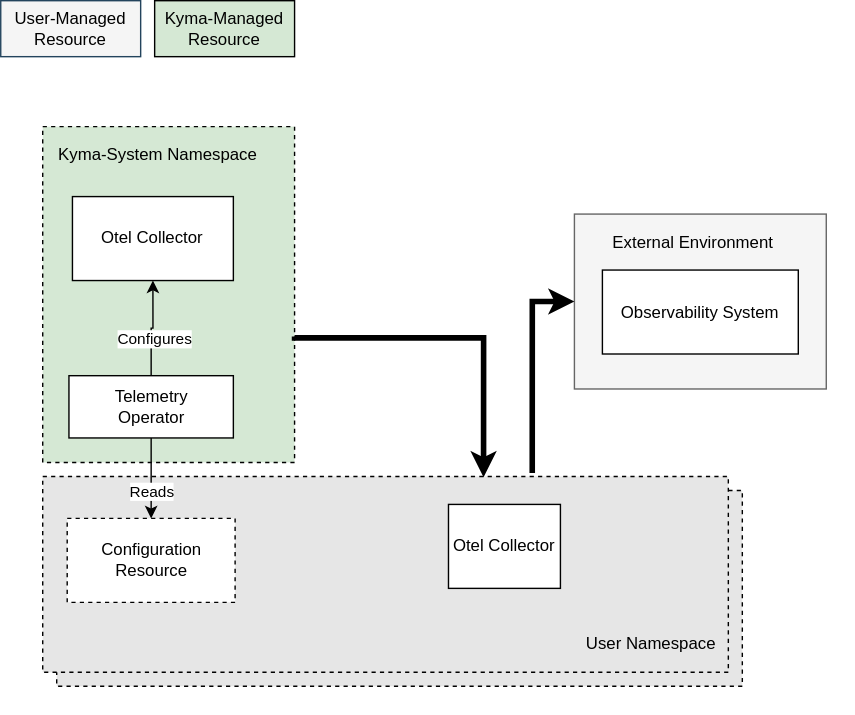
Above: concepts/observability-strategy/assets/integration-indirect.drawio.svg in kyma-project/community (draw.io), before the change. Source tidied: cells renumbered, new cells last; positions are measured from the earlier drawing's top-left corner, leaving out a move shared by most shapes.
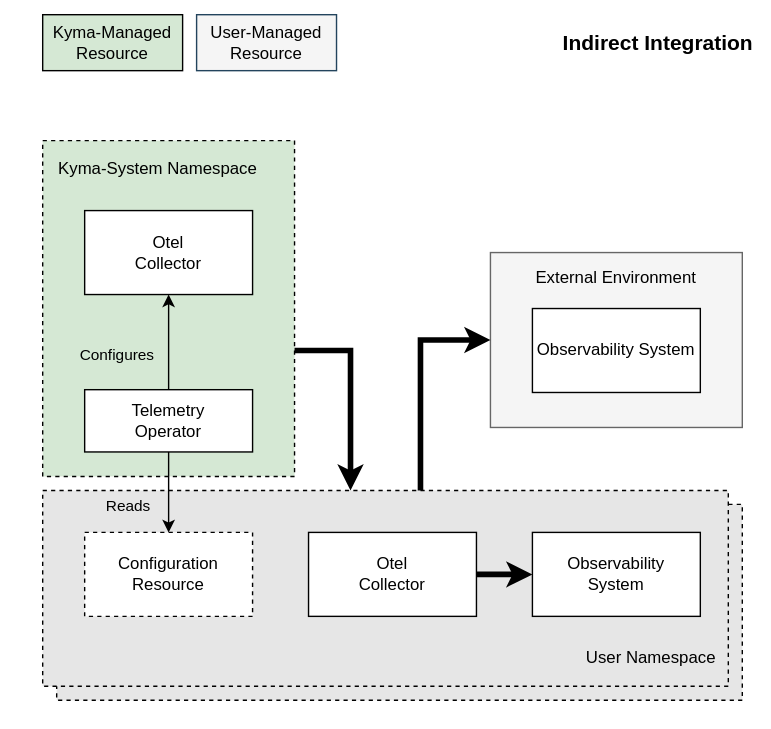
After the change.

The edit, as a diff of the source:
```diff
@@ -2,78 +2,100 @@
   <root>
     <mxCell id="0" />
     <mxCell id="1" parent="0" />
-    <mxCell id="2" style="rounded=0;whiteSpace=wrap;html=1;fillColor=#FFFFFF;strokeColor=none;" parent="1" vertex="1">
-      <mxGeometry y="60" width="610" height="450" as="geometry" />
-    </mxCell>
-    <mxCell id="3" style="rounded=0;whiteSpace=wrap;html=1;dashed=1;fillColor=#E6E6E6;strokeColor=#000000;" parent="1" vertex="1">
-      <mxGeometry x="40" y="350" width="490" height="140" as="geometry" />
-    </mxCell>
-    <mxCell id="4" style="rounded=0;whiteSpace=wrap;html=1;dashed=1;fillColor=#D5E8D4;strokeColor=#000000;" parent="1" vertex="1">
-      <mxGeometry x="30" y="90" width="180" height="240" as="geometry" />
-    </mxCell>
-    <mxCell id="5" style="rounded=0;whiteSpace=wrap;html=1;dashed=1;fillColor=#E6E6E6;strokeColor=#000000;" parent="1" vertex="1">
-      <mxGeometry x="30" y="340" width="490" height="140" as="geometry" />
-    </mxCell>
+    <mxCell id="23" style="rounded=0;whiteSpace=wrap;html=1;fillColor=#FFFFFF;strokeColor=none;" parent="1" vertex="1">
+      <mxGeometry x="-50" y="-80" width="550" height="520" as="geometry" />
+    </mxCell>
+    <mxCell id="24" style="rounded=0;whiteSpace=wrap;html=1;dashed=1;fillColor=#E6E6E6;strokeColor=#000000;" parent="1" vertex="1">
+      <mxGeometry x="-10" y="280" width="490" height="140" as="geometry" />
+    </mxCell>
+    <mxCell id="25" style="rounded=0;whiteSpace=wrap;html=1;dashed=1;fillColor=#D5E8D4;strokeColor=#000000;" parent="1" vertex="1">
+      <mxGeometry x="-20" y="20" width="180" height="240" as="geometry" />
+    </mxCell>
+    <mxCell id="26" style="rounded=0;whiteSpace=wrap;html=1;dashed=1;fillColor=#E6E6E6;strokeColor=#000000;" parent="1" vertex="1">
+      <mxGeometry x="-20" y="270" width="490" height="140" as="geometry" />
+    </mxCell>
     <mxCell id="6" value="Kyma-System Namespace" style="text;html=1;strokeColor=none;fillColor=none;align=center;verticalAlign=middle;whiteSpace=wrap;rounded=0;fontColor=#000000;" parent="1" vertex="1">
-      <mxGeometry x="30" y="100" width="165" height="20" as="geometry" />
+      <mxGeometry x="-20" y="30" width="165" height="20" as="geometry" />
     </mxCell>
     <mxCell id="7" value="User Namespace" style="text;html=1;strokeColor=none;fillColor=none;align=center;verticalAlign=middle;whiteSpace=wrap;rounded=0;fontColor=#000000;" parent="1" vertex="1">
-      <mxGeometry x="410" y="450" width="110" height="20" as="geometry" />
+      <mxGeometry x="360" y="380" width="110" height="20" as="geometry" />
     </mxCell>
     <mxCell id="8" value="User-Managed Resource" style="rounded=0;whiteSpace=wrap;html=1;fillColor=#F5F5F5;strokeColor=#23445d;" parent="1" vertex="1">
-      <mxGeometry width="100" height="40" as="geometry" />
+      <mxGeometry x="90" y="-70" width="100" height="40" as="geometry" />
     </mxCell>
     <mxCell id="9" value="Kyma-Managed Resource" style="rounded=0;whiteSpace=wrap;html=1;fillColor=#d5e8d4;strokeColor=#000000;fontColor=#000000;" parent="1" vertex="1">
-      <mxGeometry x="110" width="100" height="40" as="geometry" />
+      <mxGeometry x="-20" y="-70" width="100" height="40" as="geometry" />
     </mxCell>
-    <mxCell id="10" value="Otel Collector" style="rounded=0;whiteSpace=wrap;html=1;" parent="1" vertex="1">
-      <mxGeometry x="51.2" y="140" width="115" height="60" as="geometry" />
-    </mxCell>
-    <mxCell id="11" value="Otel Collector" style="rounded=0;whiteSpace=wrap;html=1;" parent="1" vertex="1">
-      <mxGeometry x="320" y="360" width="80" height="60" as="geometry" />
-    </mxCell>
-    <mxCell id="12" style="edgeStyle=orthogonalEdgeStyle;rounded=0;jettySize=auto;html=1;exitX=0.5;exitY=0;exitDx=0;exitDy=0;entryX=0.5;entryY=1;entryDx=0;entryDy=0;" parent="1" edge="1" source="16" target="10">
-      <mxGeometry relative="1" as="geometry" />
-    </mxCell>
+    <mxCell id="27" value="Otel &lt;br&gt;Collector" style="rounded=0;whiteSpace=wrap;html=1;" parent="1" vertex="1">
+      <mxGeometry x="10" y="70" width="120" height="60" as="geometry" />
+    </mxCell>
+    <mxCell id="28" value="Otel&lt;br&gt;Collector" style="rounded=0;whiteSpace=wrap;html=1;" parent="1" vertex="1">
+      <mxGeometry x="170" y="300" width="120" height="60" as="geometry" />
+    </mxCell>
+    <mxCell id="29" style="edgeStyle=orthogonalEdgeStyle;rounded=0;jettySize=auto;html=1;exitX=0.5;exitY=0;exitDx=0;exitDy=0;entryX=0.5;entryY=1;entryDx=0;entryDy=0;" parent="1" edge="1" source="16" target="27">
+      <mxGeometry relative="1" as="geometry" />
+    </mxCell>
-    <mxCell id="13" value="Configures" style="edgeLabel;html=1;align=center;verticalAlign=middle;" parent="12" vertex="1">
+    <mxCell id="13" value="Configures" style="edgeLabel;html=1;align=center;verticalAlign=middle;labelBackgroundColor=none;" parent="29" vertex="1">
       <mxGeometry x="-0.21" y="-1" relative="1" as="geometry">
-        <mxPoint x="1" y="1" as="offset" />
+        <mxPoint x="-39" y="1" as="offset" />
       </mxGeometry>
     </mxCell>
     <mxCell id="14" style="edgeStyle=orthogonalEdgeStyle;rounded=0;jettySize=auto;html=1;exitX=0.5;exitY=1;exitDx=0;exitDy=0;entryX=0.5;entryY=0;entryDx=0;entryDy=0;" parent="1" edge="1" source="16" target="21">
       <mxGeometry relative="1" as="geometry" />
     </mxCell>
-    <mxCell id="15" value="Reads" style="edgeLabel;html=1;align=center;verticalAlign=middle;" parent="14" vertex="1">
+    <mxCell id="15" value="Reads" style="edgeLabel;html=1;align=center;verticalAlign=middle;labelBackgroundColor=none;" parent="14" vertex="1">
       <mxGeometry x="0.1" y="-1" relative="1" as="geometry">
-        <mxPoint x="1" y="6" as="offset" />
+        <mxPoint x="-29" y="6" as="offset" />
       </mxGeometry>
     </mxCell>
     <mxCell id="16" value="Telemetry&lt;br&gt;Operator" style="rounded=0;whiteSpace=wrap;html=1;fontColor=#000000;fillColor=#FFFFFF;" parent="1" vertex="1">
-      <mxGeometry x="48.8" y="268" width="117.5" height="44.5" as="geometry" />
+      <mxGeometry x="10" y="198" width="120" height="44.5" as="geometry" />
     </mxCell>
-    <mxCell id="17" style="rounded=0;whiteSpace=wrap;html=1;fillColor=#f5f5f5;strokeColor=#666666;fontColor=#333333;" parent="1" vertex="1">
-      <mxGeometry x="410" y="152.5" width="180" height="125" as="geometry" />
-    </mxCell>
+    <mxCell id="30" style="rounded=0;whiteSpace=wrap;html=1;fillColor=#f5f5f5;strokeColor=#666666;fontColor=#333333;" parent="1" vertex="1">
+      <mxGeometry x="300" y="100" width="180" height="125" as="geometry" />
+    </mxCell>
     <mxCell id="18" value="External Environment" style="text;html=1;strokeColor=none;fillColor=none;align=center;verticalAlign=middle;whiteSpace=wrap;rounded=0;fontColor=#000000;" parent="1" vertex="1">
-      <mxGeometry x="430" y="162.5" width="130" height="20" as="geometry" />
+      <mxGeometry x="325" y="107.5" width="130" height="20" as="geometry" />
     </mxCell>
     <mxCell id="19" value="Observability System" style="rounded=0;whiteSpace=wrap;html=1;fontColor=#000000;fillColor=#FFFFFF;strokeColor=#000000;" parent="1" vertex="1">
-      <mxGeometry x="430" y="192.5" width="140" height="60" as="geometry" />
+      <mxGeometry x="330" y="140" width="120" height="60" as="geometry" />
     </mxCell>
-    <mxCell id="20" style="edgeStyle=orthogonalEdgeStyle;rounded=0;jettySize=auto;html=1;fillColor=#e1d5e7;strokeColor=#000000;strokeWidth=4;entryX=0.643;entryY=0.004;entryDx=0;entryDy=0;entryPerimeter=0;" parent="1" edge="1" target="5">
-      <mxGeometry relative="1" as="geometry">
-        <mxPoint x="210" y="240" as="sourcePoint" />
-        <Array as="points">
-          <mxPoint x="210" y="241" />
-          <mxPoint x="345" y="241" />
-        </Array>
-      </mxGeometry>
-    </mxCell>
+    <mxCell id="31" style="edgeStyle=orthogonalEdgeStyle;rounded=0;orthogonalLoop=1;jettySize=auto;html=1;fillColor=#e1d5e7;strokeColor=#000000;strokeWidth=4;" parent="1" edge="1">
+      <mxGeometry relative="1" as="geometry">
+        <mxPoint x="160" y="170" as="sourcePoint" />
+        <mxPoint x="200" y="270" as="targetPoint" />
+        <Array as="points">
+          <mxPoint x="200" y="171" />
+          <mxPoint x="200" y="270" />
+          <mxPoint x="199" y="270" />
+        </Array>
+      </mxGeometry>
+    </mxCell>
     <mxCell id="21" value="Configuration&lt;br&gt;Resource" style="rounded=0;whiteSpace=wrap;html=1;dashed=1;" parent="1" vertex="1">
-      <mxGeometry x="47.5" y="370" width="120" height="60" as="geometry" />
+      <mxGeometry x="10" y="300" width="120" height="60" as="geometry" />
     </mxCell>
-    <mxCell id="22" style="edgeStyle=orthogonalEdgeStyle;rounded=0;jettySize=auto;html=1;fillColor=#e1d5e7;strokeColor=#000000;strokeWidth=4;entryX=0;entryY=0.5;entryDx=0;entryDy=0;exitX=0.714;exitY=-0.018;exitDx=0;exitDy=0;exitPerimeter=0;" parent="1" edge="1" source="5" target="17">
-      <mxGeometry relative="1" as="geometry" />
-    </mxCell>
+    <mxCell id="32" style="edgeStyle=orthogonalEdgeStyle;rounded=0;jettySize=auto;html=1;fillColor=#e1d5e7;strokeColor=#000000;strokeWidth=4;entryX=0;entryY=0.5;entryDx=0;entryDy=0;" parent="1" edge="1" target="30">
+      <mxGeometry relative="1" as="geometry">
+        <mxPoint x="250" y="270" as="sourcePoint" />
+        <Array as="points">
+          <mxPoint x="250" y="270" />
+          <mxPoint x="250" y="145" />
+        </Array>
+      </mxGeometry>
+    </mxCell>
+    <mxCell id="33" value="Observability&lt;br&gt;System" style="rounded=0;whiteSpace=wrap;html=1;" parent="1" vertex="1">
+      <mxGeometry x="330" y="300" width="120" height="60" as="geometry" />
+    </mxCell>
+    <mxCell id="34" value="&lt;font style=&quot;font-size: 15px;&quot;&gt;&lt;b&gt;Indirect Integration&lt;/b&gt;&lt;/font&gt;" style="text;html=1;strokeColor=none;fillColor=none;align=center;verticalAlign=middle;whiteSpace=wrap;rounded=0;fontColor=#000000;" parent="1" vertex="1">
+      <mxGeometry x="350" y="-60" width="140" height="20" as="geometry" />
+    </mxCell>
+    <mxCell id="35" style="edgeStyle=orthogonalEdgeStyle;rounded=0;jettySize=auto;html=1;fillColor=#e1d5e7;strokeColor=#000000;strokeWidth=4;entryX=0;entryY=0.5;entryDx=0;entryDy=0;exitX=1;exitY=0.5;exitDx=0;exitDy=0;" parent="1" edge="1" source="28" target="33">
+      <mxGeometry relative="1" as="geometry">
+        <Array as="points">
+          <mxPoint x="300" y="330" />
+          <mxPoint x="300" y="330" />
+        </Array>
+      </mxGeometry>
+    </mxCell>
   </root>
 </mxGraphModel>
```
